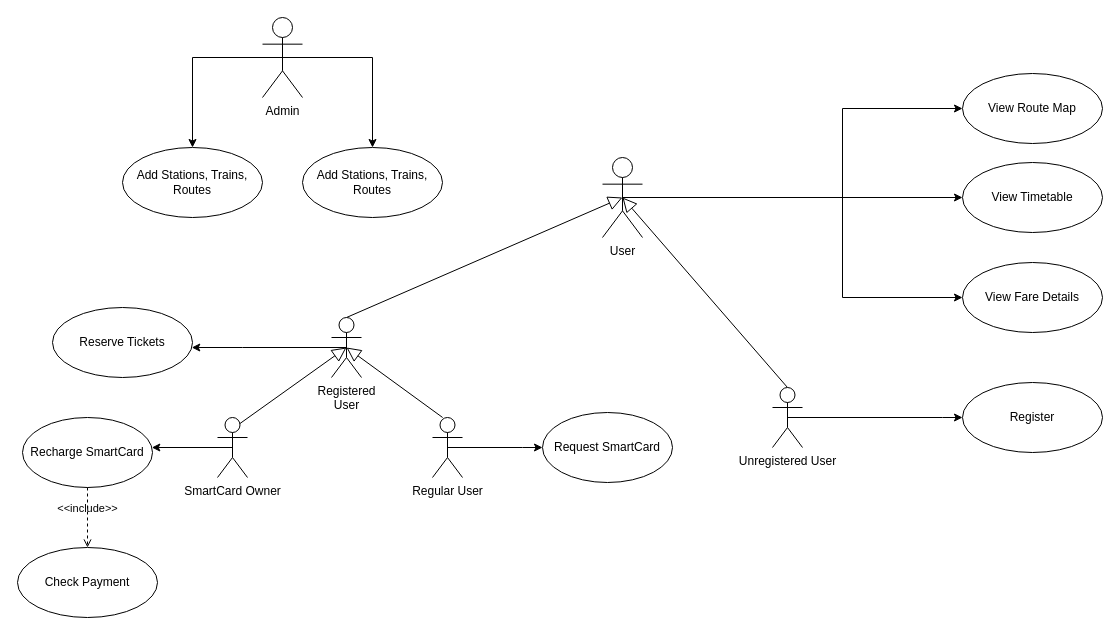
This is Use Case Diagram.drawio from yusufnasserdev/Railway-Station-System, a draw.io file, before an edit. Source tidied: cells renumbered, new cells numbered last; positions are measured from the earlier drawing's top-left corner, leaving out a move shared by most shapes. Both pictures are drawn from the tidied source at 100%, with x=0, y=0 at pixel (17, 17).
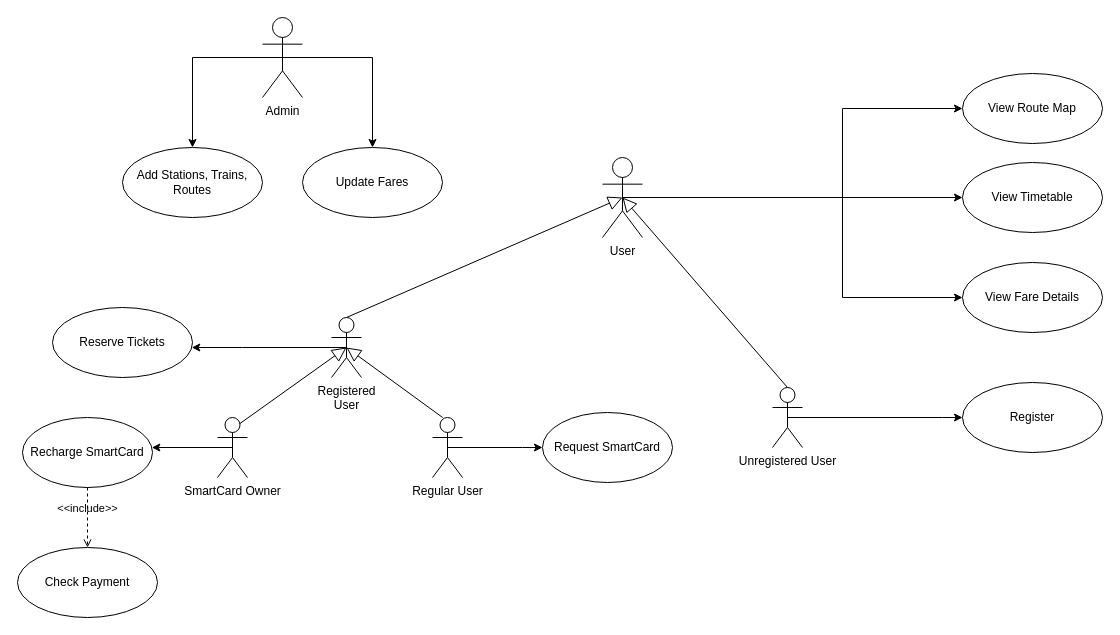
Above is the later version.

Commit message:
Update Use Case Diagram

Change to the diagram source:
```diff
@@
-    <mxCell id="31" value="Add Stations, Trains, Routes" style="ellipse;whiteSpace=wrap;html=1;" parent="1" vertex="1">
+    <mxCell id="31" value="&lt;div&gt;Update Fares&lt;/div&gt;" style="ellipse;whiteSpace=wrap;html=1;" parent="1" vertex="1">
       <mxGeometry x="285" y="130" width="140" height="70" as="geometry" />
     </mxCell>
```
